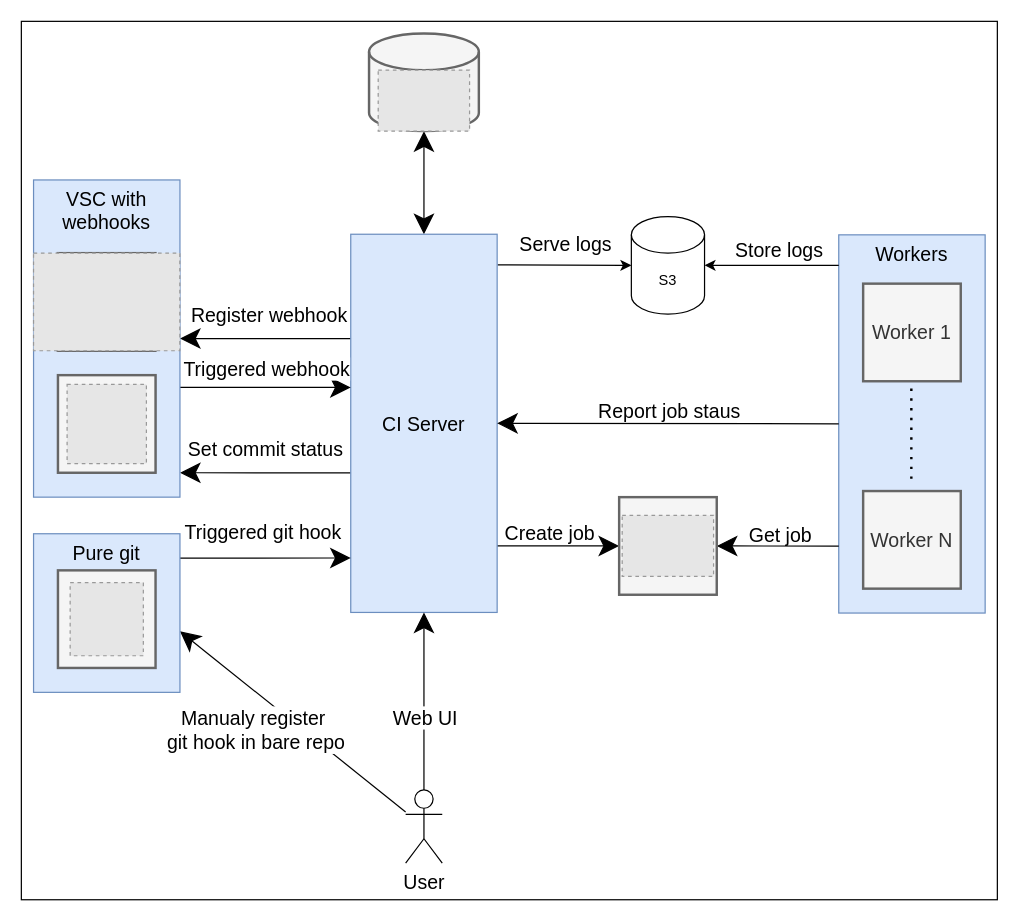
FilipSolich/shark-ci keeps this draw.io diagram as docs/architecture.drawio. Above is the earlier version. Source tidied: cells renumbered, new cells numbered last; positions are measured from the earlier drawing's top-left corner, leaving out a move shared by most shapes. Both pictures are drawn from the tidied source at 122%, with x=0, y=0 at pixel (21, 21). Pictures stored in the file or linked from it are replaced by grey dashed boxes.
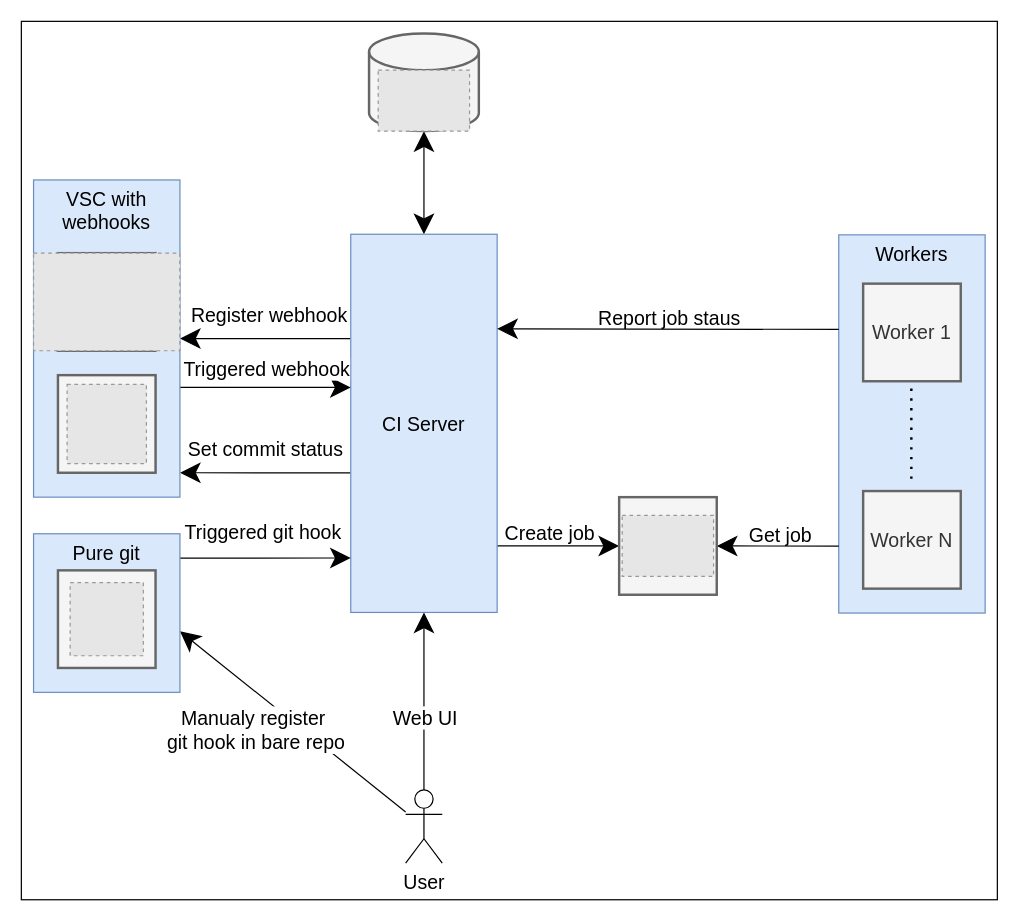
After the change.

Unchanged cells that the change refers to:
```xml
<mxCell id="4" value="Workers" style="rounded=0;whiteSpace=wrap;html=1;fontSize=16;verticalAlign=top;fillColor=#dae8fc;strokeColor=#6c8ebf;" parent="3" vertex="1">
  <mxGeometry width="120" height="310" as="geometry" />
</mxCell>
<mxCell id="17" value="CI Server" style="rounded=0;whiteSpace=wrap;html=1;fontSize=16;fillColor=#dae8fc;strokeColor=#6c8ebf;" parent="1" vertex="1">
  <mxGeometry x="270" y="174.5" width="120" height="310" as="geometry" />
</mxCell>
```

What changed in the source:
```diff
@@
-    <mxCell id="15" style="edgeStyle=none;html=1;entryX=0;entryY=0.5;entryDx=0;entryDy=0;entryPerimeter=0;exitX=1.003;exitY=0.081;exitDx=0;exitDy=0;exitPerimeter=0;" parent="1" edge="1" source="17" target="48">
-      <mxGeometry relative="1" as="geometry" />
-    </mxCell>
-    <mxCell id="16" value="&lt;font style=&quot;font-size: 16px;&quot;&gt;Serve logs&lt;/font&gt;" style="edgeLabel;html=1;align=center;verticalAlign=middle;" parent="15" vertex="1">
-      <mxGeometry x="-0.47" y="1" relative="1" as="geometry">
-        <mxPoint x="26" y="-16" as="offset" />
-      </mxGeometry>
-    </mxCell>
@@
-    <mxCell id="24" style="edgeStyle=none;jumpSize=14;html=1;entryX=1;entryY=0.5;entryDx=0;entryDy=0;fontSize=16;startArrow=none;startFill=0;startSize=14;endSize=14;sourcePerimeterSpacing=0;targetPerimeterSpacing=0;" parent="1" edge="1" source="4" target="17">
+    <mxCell id="24" style="edgeStyle=none;jumpSize=14;html=1;entryX=1;entryY=0.25;entryDx=0;entryDy=0;fontSize=16;startArrow=none;startFill=0;startSize=14;endSize=14;sourcePerimeterSpacing=0;targetPerimeterSpacing=0;exitX=0;exitY=0.25;exitDx=0;exitDy=0;" parent="1" edge="1" source="4" target="17">
       <mxGeometry relative="1" as="geometry" />
     </mxCell>
@@
-    <mxCell id="48" value="S3" style="shape=cylinder3;whiteSpace=wrap;html=1;boundedLbl=1;backgroundOutline=1;size=15;" parent="1" vertex="1">
-      <mxGeometry x="500" y="160" width="60" height="80" as="geometry" />
-    </mxCell>
-    <mxCell id="49" style="edgeStyle=none;html=1;entryX=1;entryY=0.5;entryDx=0;entryDy=0;entryPerimeter=0;" parent="1" edge="1" target="48">
-      <mxGeometry relative="1" as="geometry">
-        <mxPoint x="670" y="200" as="sourcePoint" />
-      </mxGeometry>
-    </mxCell>
-    <mxCell id="50" value="&lt;font style=&quot;font-size: 16px;&quot;&gt;Store logs&lt;/font&gt;" style="edgeLabel;html=1;align=center;verticalAlign=middle;" parent="49" vertex="1">
-      <mxGeometry x="0.24" y="2" relative="1" as="geometry">
-        <mxPoint x="18" y="-15" as="offset" />
-      </mxGeometry>
-    </mxCell>
```
